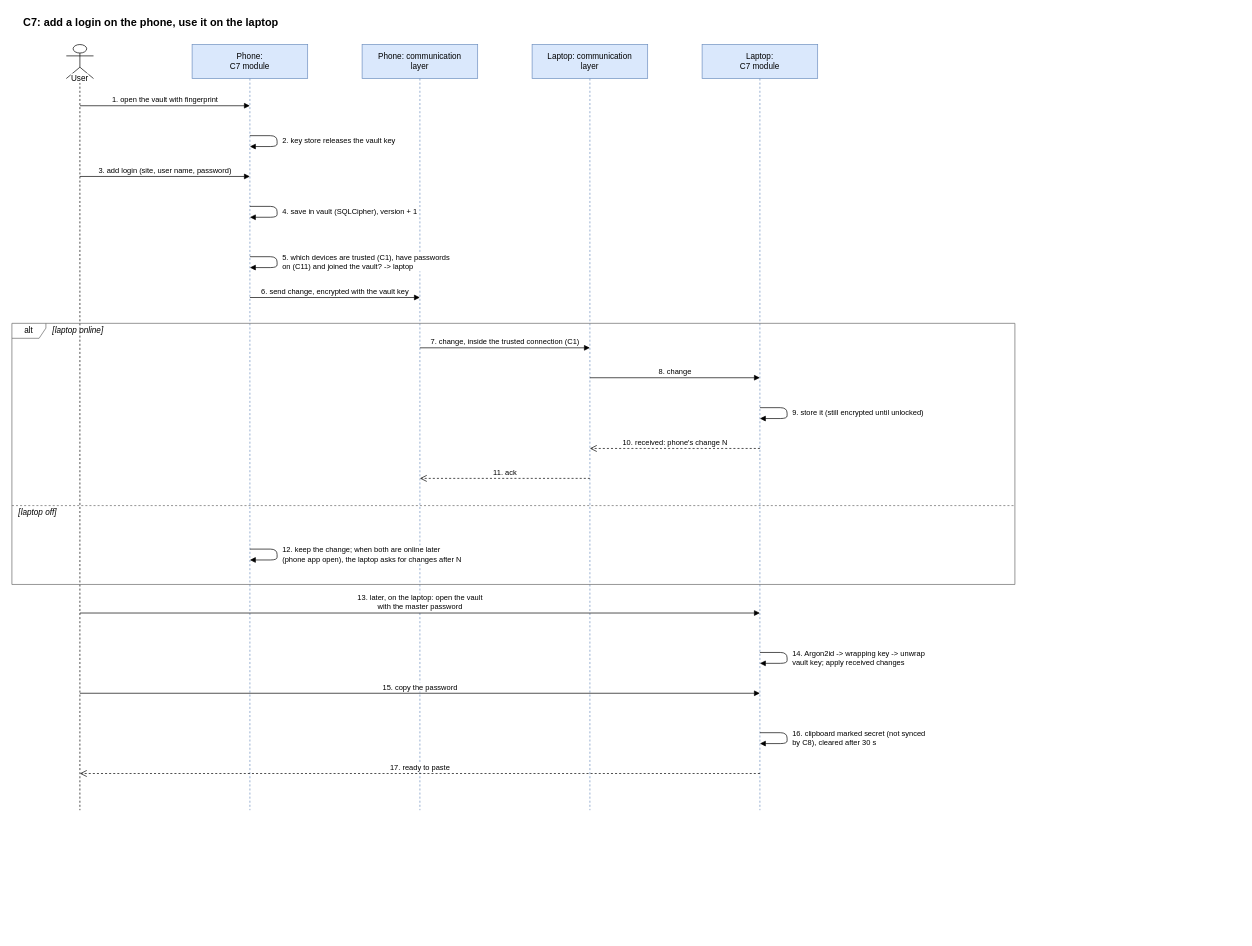
Before: diagrams/C7-vault-sequence.drawio in Ali-Alasiri/graduation-project-phase-one, a draw.io diagram. Source tidied: cells renumbered, new cells numbered last; positions are measured from the earlier drawing's top-left corner, leaving out a move shared by most shapes. Both pictures are drawn from the tidied source at 68%, with x=0, y=0 at pixel (12, 12).
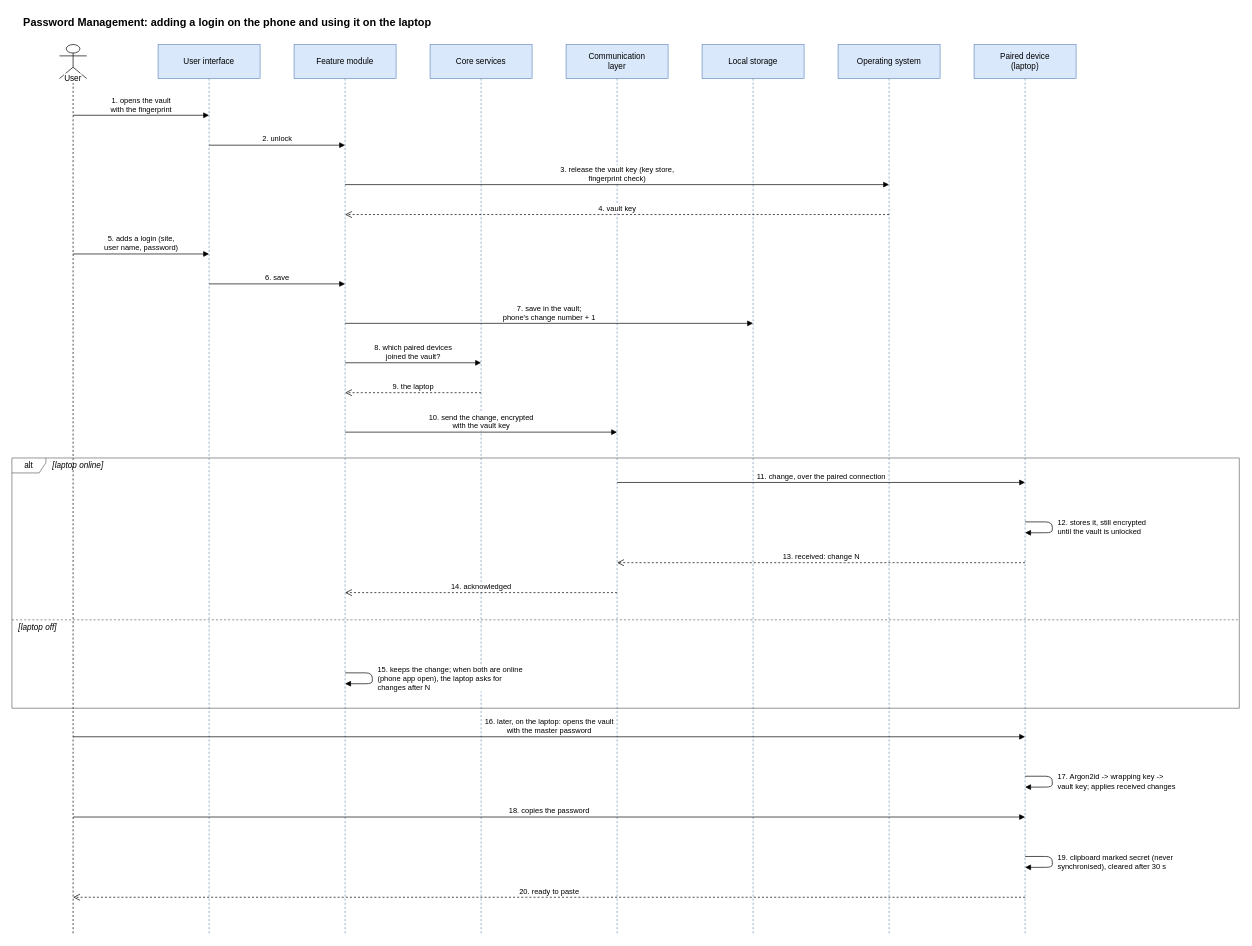
The same diagram, later.

Commit message (it also covers changes not shown here):
C7: diagram labels and lanes from the naming list

Claude-Session: https://claude.ai/code/session_01BeHf3d1kUqbSvqCHyE6dbJ

Change to the diagram source:
```diff
@@
-    <mxCell id="2" value="C7: add a login on the phone, use it on the laptop" style="text;html=1;fontStyle=1;fontSize=16;align=left;verticalAlign=middle;" parent="1" vertex="1">
+    <mxCell id="2" value="Password Management: adding a login on the phone and using it on the laptop" style="text;html=1;fontStyle=1;fontSize=16;align=left;verticalAlign=middle;" parent="1" vertex="1">
       <mxGeometry x="15" width="900" height="30" as="geometry" />
     </mxCell>
     <mxCell id="3" value="User" style="shape=umlLifeline;participant=umlActor;perimeter=lifelinePerimeter;whiteSpace=wrap;html=1;verticalAlign=top;spacingTop=36;labelBackgroundColor=#ffffff;size=50;" parent="1" vertex="1">
-      <mxGeometry x="80" y="48" width="40" height="1126" as="geometry" />
+      <mxGeometry x="70" y="48" width="40" height="1308" as="geometry" />
     </mxCell>
-    <mxCell id="4" value="Phone:&lt;br&gt;C7 module" style="shape=umlLifeline;perimeter=lifelinePerimeter;whiteSpace=wrap;html=1;size=50;fillColor=#dae8fc;strokeColor=#6c8ebf;" parent="1" vertex="1">
-      <mxGeometry x="265" y="48" width="170" height="1126" as="geometry" />
+    <mxCell id="4" value="User interface" style="shape=umlLifeline;perimeter=lifelinePerimeter;whiteSpace=wrap;html=1;size=50;fillColor=#dae8fc;strokeColor=#6c8ebf;" parent="1" vertex="1">
+      <mxGeometry x="215" y="48" width="150" height="1308" as="geometry" />
     </mxCell>
-    <mxCell id="5" value="Phone: communication&lt;br&gt;layer" style="shape=umlLifeline;perimeter=lifelinePerimeter;whiteSpace=wrap;html=1;size=50;fillColor=#dae8fc;strokeColor=#6c8ebf;" parent="1" vertex="1">
-      <mxGeometry x="515" y="48" width="170" height="1126" as="geometry" />
+    <mxCell id="5" value="Feature module" style="shape=umlLifeline;perimeter=lifelinePerimeter;whiteSpace=wrap;html=1;size=50;fillColor=#dae8fc;strokeColor=#6c8ebf;" parent="1" vertex="1">
+      <mxGeometry x="415" y="48" width="150" height="1308" as="geometry" />
     </mxCell>
-    <mxCell id="6" value="Laptop: communication&lt;br&gt;layer" style="shape=umlLifeline;perimeter=lifelinePerimeter;whiteSpace=wrap;html=1;size=50;fillColor=#dae8fc;strokeColor=#6c8ebf;" parent="1" vertex="1">
-      <mxGeometry x="765" y="48" width="170" height="1126" as="geometry" />
+    <mxCell id="6" value="Core services" style="shape=umlLifeline;perimeter=lifelinePerimeter;whiteSpace=wrap;html=1;size=50;fillColor=#dae8fc;strokeColor=#6c8ebf;" parent="1" vertex="1">
+      <mxGeometry x="615" y="48" width="150" height="1308" as="geometry" />
     </mxCell>
-    <mxCell id="7" value="Laptop:&lt;br&gt;C7 module" style="shape=umlLifeline;perimeter=lifelinePerimeter;whiteSpace=wrap;html=1;size=50;fillColor=#dae8fc;strokeColor=#6c8ebf;" parent="1" vertex="1">
-      <mxGeometry x="1015" y="48" width="170" height="1126" as="geometry" />
+    <mxCell id="7" value="Communication&lt;br&gt;layer" style="shape=umlLifeline;perimeter=lifelinePerimeter;whiteSpace=wrap;html=1;size=50;fillColor=#dae8fc;strokeColor=#6c8ebf;" parent="1" vertex="1">
+      <mxGeometry x="815" y="48" width="150" height="1308" as="geometry" />
     </mxCell>
-    <mxCell id="8" value="alt" style="shape=umlFrame;whiteSpace=wrap;html=1;width=50;height=22;fillColor=none;strokeColor=#666666;" parent="1" vertex="1">
-      <mxGeometry y="458" width="1475" height="384" as="geometry" />
+    <mxCell id="8" value="Local storage" style="shape=umlLifeline;perimeter=lifelinePerimeter;whiteSpace=wrap;html=1;size=50;fillColor=#dae8fc;strokeColor=#6c8ebf;" parent="1" vertex="1">
+      <mxGeometry x="1015" y="48" width="150" height="1308" as="geometry" />
     </mxCell>
-    <mxCell id="9" value="[laptop online]" style="text;html=1;align=left;verticalAlign=middle;fontStyle=2;" parent="1" vertex="1">
-      <mxGeometry x="58" y="458" width="420" height="22" as="geometry" />
+    <mxCell id="9" value="Operating system" style="shape=umlLifeline;perimeter=lifelinePerimeter;whiteSpace=wrap;html=1;size=50;fillColor=#dae8fc;strokeColor=#6c8ebf;" parent="1" vertex="1">
+      <mxGeometry x="1215" y="48" width="150" height="1308" as="geometry" />
     </mxCell>
-    <mxCell id="10" style="endArrow=none;dashed=1;html=1;strokeColor=#666666;" parent="1" edge="1">
-      <mxGeometry relative="1" as="geometry">
-        <mxPoint y="726" as="sourcePoint" />
-        <mxPoint x="1475" y="726" as="targetPoint" />
-      </mxGeometry>
+    <mxCell id="10" value="Paired device&lt;br&gt;(laptop)" style="shape=umlLifeline;perimeter=lifelinePerimeter;whiteSpace=wrap;html=1;size=50;fillColor=#dae8fc;strokeColor=#6c8ebf;" parent="1" vertex="1">
+      <mxGeometry x="1415" y="48" width="150" height="1308" as="geometry" />
     </mxCell>
-    <mxCell id="11" value="[laptop off]" style="text;html=1;align=left;verticalAlign=middle;fontStyle=2;" parent="1" vertex="1">
-      <mxGeometry x="8" y="726" width="420" height="22" as="geometry" />
+    <mxCell id="11" value="alt" style="shape=umlFrame;whiteSpace=wrap;html=1;width=50;height=22;fillColor=none;strokeColor=#666666;" parent="1" vertex="1">
+      <mxGeometry y="656" width="1805" height="368" as="geometry" />
     </mxCell>
-    <mxCell id="12" value="1. open the vault with fingerprint" style="html=1;verticalAlign=bottom;labelBackgroundColor=#ffffff;fontSize=11;endArrow=block;endFill=1;" parent="1" edge="1">
-      <mxGeometry relative="1" as="geometry">
-        <mxPoint x="100" y="138" as="sourcePoint" />
-        <mxPoint x="350" y="138" as="targetPoint" />
-      </mxGeometry>
+    <mxCell id="12" value="[laptop online]" style="text;html=1;align=left;verticalAlign=middle;fontStyle=2;" parent="1" vertex="1">
+      <mxGeometry x="58" y="656" width="420" height="22" as="geometry" />
     </mxCell>
-    <mxCell id="13" value="2. key store releases the vault key" style="html=1;endArrow=block;endFill=1;align=left;spacingLeft=6;labelBackgroundColor=#ffffff;fontSize=11;" parent="1" edge="1">
+    <mxCell id="13" style="endArrow=none;dashed=1;html=1;strokeColor=#666666;" parent="1" edge="1">
       <mxGeometry relative="1" as="geometry">
-        <mxPoint x="350" y="182" as="sourcePoint" />
-        <mxPoint x="350" y="198" as="targetPoint" />
-        <Array as="points">
-          <mxPoint x="390" y="182" />
-          <mxPoint x="390" y="198" />
-        </Array>
+        <mxPoint y="894" as="sourcePoint" />
+        <mxPoint x="1805" y="894" as="targetPoint" />
       </mxGeometry>
     </mxCell>
-    <mxCell id="14" value="3. add login (site, user name, password)" style="html=1;verticalAlign=bottom;labelBackgroundColor=#ffffff;fontSize=11;endArrow=block;endFill=1;" parent="1" edge="1">
-      <mxGeometry relative="1" as="geometry">
-        <mxPoint x="100" y="242" as="sourcePoint" />
-        <mxPoint x="350" y="242" as="targetPoint" />
-      </mxGeometry>
+    <mxCell id="14" value="[laptop off]" style="text;html=1;align=left;verticalAlign=middle;fontStyle=2;" parent="1" vertex="1">
+      <mxGeometry x="8" y="894" width="420" height="22" as="geometry" />
     </mxCell>
-    <mxCell id="15" value="4. save in vault (SQLCipher), version + 1" style="html=1;endArrow=block;endFill=1;align=left;spacingLeft=6;labelBackgroundColor=#ffffff;fontSize=11;" parent="1" edge="1">
+    <mxCell id="15" value="1. opens the vault&lt;br&gt;with the fingerprint" style="html=1;verticalAlign=bottom;labelBackgroundColor=#ffffff;fontSize=11;endArrow=block;endFill=1;" parent="1" edge="1">
       <mxGeometry relative="1" as="geometry">
-        <mxPoint x="350" y="286" as="sourcePoint" />
-        <mxPoint x="350" y="302" as="targetPoint" />
-        <Array as="points">
-          <mxPoint x="390" y="286" />
-          <mxPoint x="390" y="302" />
-        </Array>
+        <mxPoint x="90" y="152" as="sourcePoint" />
+        <mxPoint x="290" y="152" as="targetPoint" />
       </mxGeometry>
     </mxCell>
-    <mxCell id="16" value="5. which devices are trusted (C1), have passwords&lt;br&gt;on (C11) and joined the vault? -&gt; laptop" style="html=1;endArrow=block;endFill=1;align=left;spacingLeft=6;labelBackgroundColor=#ffffff;fontSize=11;" parent="1" edge="1">
+    <mxCell id="16" value="2. unlock" style="html=1;verticalAlign=bottom;labelBackgroundColor=#ffffff;fontSize=11;endArrow=block;endFill=1;" parent="1" edge="1">
       <mxGeometry relative="1" as="geometry">
-        <mxPoint x="350" y="360" as="sourcePoint" />
-        <mxPoint x="350" y="376" as="targetPoint" />
-        <Array as="points">
-          <mxPoint x="390" y="360" />
-          <mxPoint x="390" y="376" />
-        </Array>
+        <mxPoint x="290" y="196" as="sourcePoint" />
+        <mxPoint x="490" y="196" as="targetPoint" />
       </mxGeometry>
     </mxCell>
-    <mxCell id="17" value="6. send change, encrypted with the vault key" style="html=1;verticalAlign=bottom;labelBackgroundColor=#ffffff;fontSize=11;endArrow=block;endFill=1;" parent="1" edge="1">
+    <mxCell id="17" value="3. release the vault key (key store,&lt;br&gt;fingerprint check)" style="html=1;verticalAlign=bottom;labelBackgroundColor=#ffffff;fontSize=11;endArrow=block;endFill=1;" parent="1" edge="1">
       <mxGeometry relative="1" as="geometry">
-        <mxPoint x="350" y="420" as="sourcePoint" />
-        <mxPoint x="600" y="420" as="targetPoint" />
+        <mxPoint x="490" y="254" as="sourcePoint" />
+        <mxPoint x="1290" y="254" as="targetPoint" />
       </mxGeometry>
     </mxCell>
-    <mxCell id="18" value="7. change, inside the trusted connection (C1)" style="html=1;verticalAlign=bottom;labelBackgroundColor=#ffffff;fontSize=11;endArrow=block;endFill=1;" parent="1" edge="1">
+    <mxCell id="18" value="4. vault key" style="html=1;verticalAlign=bottom;labelBackgroundColor=#ffffff;fontSize=11;dashed=1;endArrow=open;endSize=8;" parent="1" edge="1">
       <mxGeometry relative="1" as="geometry">
-        <mxPoint x="600" y="494" as="sourcePoint" />
-        <mxPoint x="850" y="494" as="targetPoint" />
+        <mxPoint x="1290" y="298" as="sourcePoint" />
+        <mxPoint x="490" y="298" as="targetPoint" />
       </mxGeometry>
     </mxCell>
-    <mxCell id="19" value="8. change" style="html=1;verticalAlign=bottom;labelBackgroundColor=#ffffff;fontSize=11;endArrow=block;endFill=1;" parent="1" edge="1">
+    <mxCell id="19" value="5. adds a login (site,&lt;br&gt;user name, password)" style="html=1;verticalAlign=bottom;labelBackgroundColor=#ffffff;fontSize=11;endArrow=block;endFill=1;" parent="1" edge="1">
       <mxGeometry relative="1" as="geometry">
-        <mxPoint x="850" y="538" as="sourcePoint" />
-        <mxPoint x="1100" y="538" as="targetPoint" />
+        <mxPoint x="90" y="356" as="sourcePoint" />
+        <mxPoint x="290" y="356" as="targetPoint" />
       </mxGeometry>
     </mxCell>
-    <mxCell id="20" value="9. store it (still encrypted until unlocked)" style="html=1;endArrow=block;endFill=1;align=left;spacingLeft=6;labelBackgroundColor=#ffffff;fontSize=11;" parent="1" edge="1">
+    <mxCell id="20" value="6. save" style="html=1;verticalAlign=bottom;labelBackgroundColor=#ffffff;fontSize=11;endArrow=block;endFill=1;" parent="1" edge="1">
       <mxGeometry relative="1" as="geometry">
-        <mxPoint x="1100" y="582" as="sourcePoint" />
-        <mxPoint x="1100" y="598" as="targetPoint" />
-        <Array as="points">
-          <mxPoint x="1140" y="582" />
-          <mxPoint x="1140" y="598" />
-        </Array>
+        <mxPoint x="290" y="400" as="sourcePoint" />
+        <mxPoint x="490" y="400" as="targetPoint" />
       </mxGeometry>
     </mxCell>
-    <mxCell id="21" value="10. received: phone's change N" style="html=1;verticalAlign=bottom;labelBackgroundColor=#ffffff;fontSize=11;dashed=1;endArrow=open;endSize=8;" parent="1" edge="1">
+    <mxCell id="21" value="7. save in the vault;&lt;br&gt;phone's change number + 1" style="html=1;verticalAlign=bottom;labelBackgroundColor=#ffffff;fontSize=11;endArrow=block;endFill=1;" parent="1" edge="1">
       <mxGeometry relative="1" as="geometry">
-        <mxPoint x="1100" y="642" as="sourcePoint" />
-        <mxPoint x="850" y="642" as="targetPoint" />
+        <mxPoint x="490" y="458" as="sourcePoint" />
+        <mxPoint x="1090" y="458" as="targetPoint" />
       </mxGeometry>
     </mxCell>
-    <mxCell id="22" value="11. ack" style="html=1;verticalAlign=bottom;labelBackgroundColor=#ffffff;fontSize=11;dashed=1;endArrow=open;endSize=8;" parent="1" edge="1">
+    <mxCell id="22" value="8. which paired devices&lt;br&gt;joined the vault?" style="html=1;verticalAlign=bottom;labelBackgroundColor=#ffffff;fontSize=11;endArrow=block;endFill=1;" parent="1" edge="1">
       <mxGeometry relative="1" as="geometry">
-        <mxPoint x="850" y="686" as="sourcePoint" />
-        <mxPoint x="600" y="686" as="targetPoint" />
+        <mxPoint x="490" y="516" as="sourcePoint" />
+        <mxPoint x="690" y="516" as="targetPoint" />
       </mxGeometry>
     </mxCell>
-    <mxCell id="23" value="12. keep the change; when both are online later&lt;br&gt;(phone app open), the laptop asks for changes after N" style="html=1;endArrow=block;endFill=1;align=left;spacingLeft=6;labelBackgroundColor=#ffffff;fontSize=11;" parent="1" edge="1">
+    <mxCell id="23" value="9. the laptop" style="html=1;verticalAlign=bottom;labelBackgroundColor=#ffffff;fontSize=11;dashed=1;endArrow=open;endSize=8;" parent="1" edge="1">
       <mxGeometry relative="1" as="geometry">
-        <mxPoint x="350" y="790" as="sourcePoint" />
-        <mxPoint x="350" y="806" as="targetPoint" />
-        <Array as="points">
-          <mxPoint x="390" y="790" />
-          <mxPoint x="390" y="806" />
-        </Array>
+        <mxPoint x="690" y="560" as="sourcePoint" />
+        <mxPoint x="490" y="560" as="targetPoint" />
       </mxGeometry>
     </mxCell>
-    <mxCell id="24" value="13. later, on the laptop: open the vault&lt;br&gt;with the master password" style="html=1;verticalAlign=bottom;labelBackgroundColor=#ffffff;fontSize=11;endArrow=block;endFill=1;" parent="1" edge="1">
+    <mxCell id="24" value="10. send the change, encrypted&lt;br&gt;with the vault key" style="html=1;verticalAlign=bottom;labelBackgroundColor=#ffffff;fontSize=11;endArrow=block;endFill=1;" parent="1" edge="1">
       <mxGeometry relative="1" as="geometry">
-        <mxPoint x="100" y="884" as="sourcePoint" />
-        <mxPoint x="1100" y="884" as="targetPoint" />
+        <mxPoint x="490" y="618" as="sourcePoint" />
+        <mxPoint x="890" y="618" as="targetPoint" />
       </mxGeometry>
     </mxCell>
-    <mxCell id="25" value="14. Argon2id -&gt; wrapping key -&gt; unwrap&lt;br&gt;vault key; apply received changes" style="html=1;endArrow=block;endFill=1;align=left;spacingLeft=6;labelBackgroundColor=#ffffff;fontSize=11;" parent="1" edge="1">
+    <mxCell id="25" value="11. change, over the paired connection" style="html=1;verticalAlign=bottom;labelBackgroundColor=#ffffff;fontSize=11;endArrow=block;endFill=1;" parent="1" edge="1">
       <mxGeometry relative="1" as="geometry">
-        <mxPoint x="1100" y="942" as="sourcePoint" />
-        <mxPoint x="1100" y="958" as="targetPoint" />
-        <Array as="points">
-          <mxPoint x="1140" y="942" />
-          <mxPoint x="1140" y="958" />
-        </Array>
+        <mxPoint x="890" y="692" as="sourcePoint" />
+        <mxPoint x="1490" y="692" as="targetPoint" />
       </mxGeometry>
     </mxCell>
-    <mxCell id="26" value="15. copy the password" style="html=1;verticalAlign=bottom;labelBackgroundColor=#ffffff;fontSize=11;endArrow=block;endFill=1;" parent="1" edge="1">
+    <mxCell id="26" value="12. stores it, still encrypted&lt;br&gt;until the vault is unlocked" style="html=1;endArrow=block;endFill=1;align=left;spacingLeft=6;labelBackgroundColor=#ffffff;fontSize=11;" parent="1" edge="1">
       <mxGeometry relative="1" as="geometry">
-        <mxPoint x="100" y="1002" as="sourcePoint" />
-        <mxPoint x="1100" y="1002" as="targetPoint" />
+        <mxPoint x="1490" y="750" as="sourcePoint" />
+        <mxPoint x="1490" y="766" as="targetPoint" />
+        <Array as="points">
+          <mxPoint x="1530" y="750" />
+          <mxPoint x="1530" y="766" />
+        </Array>
       </mxGeometry>
     </mxCell>
-    <mxCell id="27" value="16. clipboard marked secret (not synced&lt;br&gt;by C8), cleared after 30 s" style="html=1;endArrow=block;endFill=1;align=left;spacingLeft=6;labelBackgroundColor=#ffffff;fontSize=11;" parent="1" edge="1">
+    <mxCell id="27" value="13. received: change N" style="html=1;verticalAlign=bottom;labelBackgroundColor=#ffffff;fontSize=11;dashed=1;endArrow=open;endSize=8;" parent="1" edge="1">
       <mxGeometry relative="1" as="geometry">
-        <mxPoint x="1100" y="1060" as="sourcePoint" />
-        <mxPoint x="1100" y="1076" as="targetPoint" />
-        <Array as="points">
-          <mxPoint x="1140" y="1060" />
-          <mxPoint x="1140" y="1076" />
-        </Array>
+        <mxPoint x="1490" y="810" as="sourcePoint" />
+        <mxPoint x="890" y="810" as="targetPoint" />
       </mxGeometry>
     </mxCell>
-    <mxCell id="28" value="17. ready to paste" style="html=1;verticalAlign=bottom;labelBackgroundColor=#ffffff;fontSize=11;dashed=1;endArrow=open;endSize=8;" parent="1" edge="1">
+    <mxCell id="28" value="14. acknowledged" style="html=1;verticalAlign=bottom;labelBackgroundColor=#ffffff;fontSize=11;dashed=1;endArrow=open;endSize=8;" parent="1" edge="1">
       <mxGeometry relative="1" as="geometry">
-        <mxPoint x="1100" y="1120" as="sourcePoint" />
-        <mxPoint x="100" y="1120" as="targetPoint" />
+        <mxPoint x="890" y="854" as="sourcePoint" />
+        <mxPoint x="490" y="854" as="targetPoint" />
       </mxGeometry>
     </mxCell>
+    <mxCell id="29" value="15. keeps the change; when both are online&lt;br&gt;(phone app open), the laptop asks for&lt;br&gt;changes after N" style="html=1;endArrow=block;endFill=1;align=left;spacingLeft=6;labelBackgroundColor=#ffffff;fontSize=11;" parent="1" edge="1">
+      <mxGeometry relative="1" as="geometry">
+        <mxPoint x="490" y="972" as="sourcePoint" />
+        <mxPoint x="490" y="988" as="targetPoint" />
+        <Array as="points">
+          <mxPoint x="530" y="972" />
+          <mxPoint x="530" y="988" />
+        </Array>
+      </mxGeometry>
+    </mxCell>
+    <mxCell id="30" value="16. later, on the laptop: opens the vault&lt;br&gt;with the master password" style="html=1;verticalAlign=bottom;labelBackgroundColor=#ffffff;fontSize=11;endArrow=block;endFill=1;" parent="1" edge="1">
+      <mxGeometry relative="1" as="geometry">
+        <mxPoint x="90" y="1066" as="sourcePoint" />
+        <mxPoint x="1490" y="1066" as="targetPoint" />
+      </mxGeometry>
+    </mxCell>
+    <mxCell id="31" value="17. Argon2id -&gt; wrapping key -&gt;&lt;br&gt;vault key; applies received changes" style="html=1;endArrow=block;endFill=1;align=left;spacingLeft=6;labelBackgroundColor=#ffffff;fontSize=11;" parent="1" edge="1">
+      <mxGeometry relative="1" as="geometry">
+        <mxPoint x="1490" y="1124" as="sourcePoint" />
+        <mxPoint x="1490" y="1140" as="targetPoint" />
+        <Array as="points">
+          <mxPoint x="1530" y="1124" />
+          <mxPoint x="1530" y="1140" />
+        </Array>
+      </mxGeometry>
+    </mxCell>
+    <mxCell id="32" value="18. copies the password" style="html=1;verticalAlign=bottom;labelBackgroundColor=#ffffff;fontSize=11;endArrow=block;endFill=1;" parent="1" edge="1">
+      <mxGeometry relative="1" as="geometry">
+        <mxPoint x="90" y="1184" as="sourcePoint" />
+        <mxPoint x="1490" y="1184" as="targetPoint" />
+      </mxGeometry>
+    </mxCell>
+    <mxCell id="33" value="19. clipboard marked secret (never&lt;br&gt;synchronised), cleared after 30 s" style="html=1;endArrow=block;endFill=1;align=left;spacingLeft=6;labelBackgroundColor=#ffffff;fontSize=11;" parent="1" edge="1">
+      <mxGeometry relative="1" as="geometry">
+        <mxPoint x="1490" y="1242" as="sourcePoint" />
+        <mxPoint x="1490" y="1258" as="targetPoint" />
+        <Array as="points">
+          <mxPoint x="1530" y="1242" />
+          <mxPoint x="1530" y="1258" />
+        </Array>
+      </mxGeometry>
+    </mxCell>
+    <mxCell id="34" value="20. ready to paste" style="html=1;verticalAlign=bottom;labelBackgroundColor=#ffffff;fontSize=11;dashed=1;endArrow=open;endSize=8;" parent="1" edge="1">
+      <mxGeometry relative="1" as="geometry">
+        <mxPoint x="1490" y="1302" as="sourcePoint" />
+        <mxPoint x="90" y="1302" as="targetPoint" />
+      </mxGeometry>
+    </mxCell>
```
